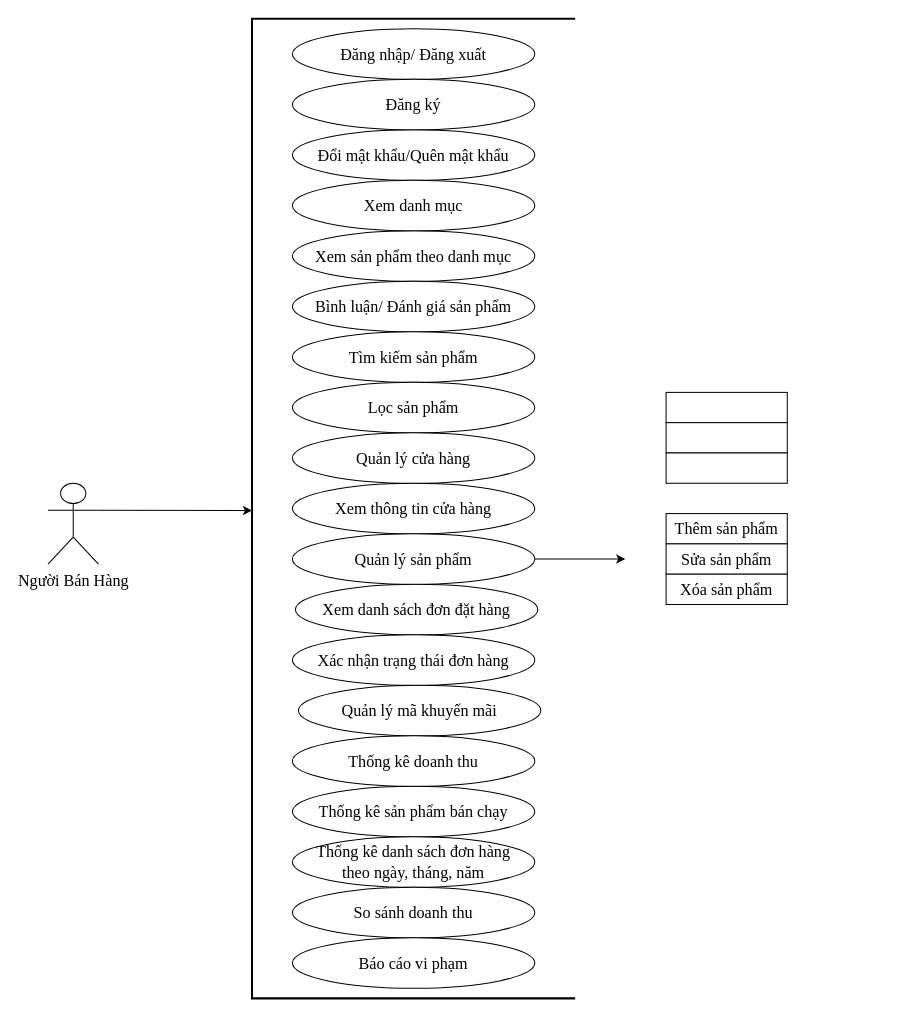
nguyenthanhdat22012001/project-ecommerce keeps this draw.io diagram as usecase2.drawio. Above is the earlier version. Source tidied: cells renumbered, new cells numbered last; positions are measured from the earlier drawing's top-left corner, leaving out a move shared by most shapes. Both pictures are drawn from the tidied source at 101%, with x=0, y=0 at pixel (47, 18).
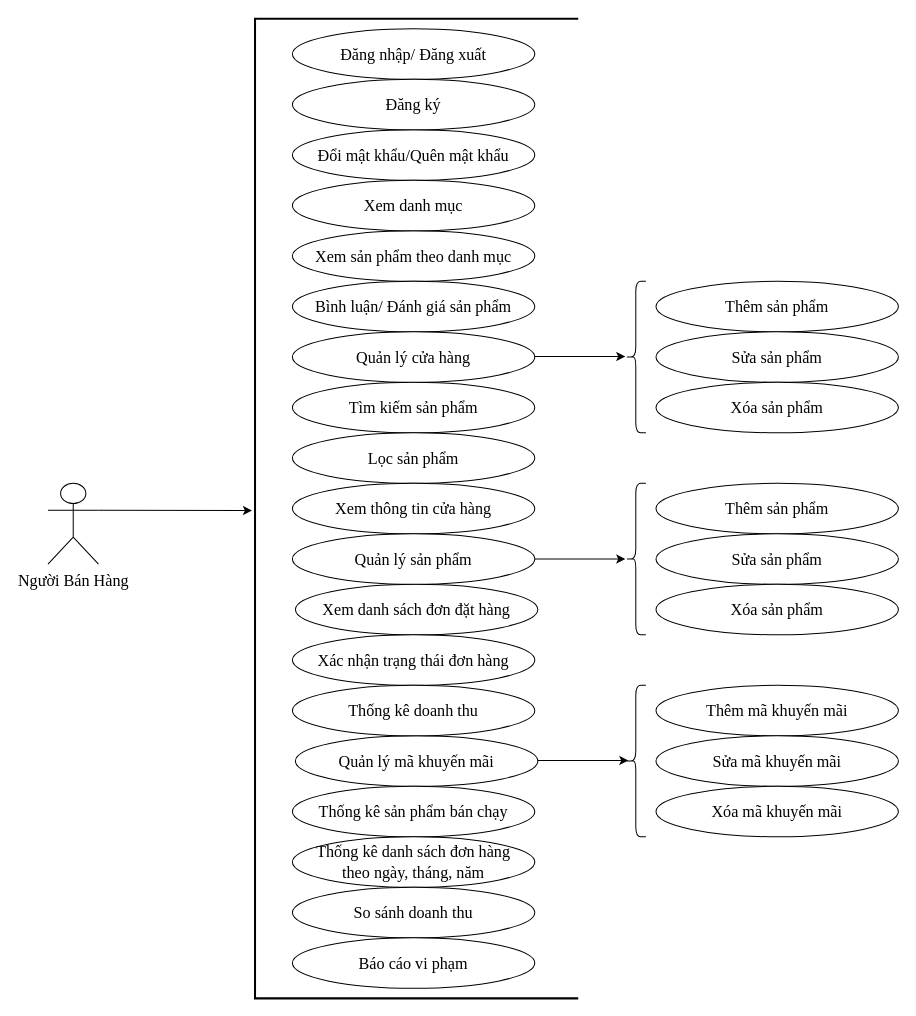
The same page after the edit.

The change refers to these unchanged cells:
```xml
<mxCell id="24" value="Quản lý sản phẩm" style="ellipse;whiteSpace=wrap;html=1;fontFamily=Times New Roman;fontSize=16;" parent="1" vertex="1">
  <mxGeometry x="242" y="510" width="240" height="50" as="geometry" />
</mxCell>
```

The edit, as a diff of the source:
```diff
@@
     <mxCell id="4" style="strokeWidth=2;html=1;shape=mxgraph.flowchart.annotation_1;align=left;fontFamily=Times New Roman;fontSize=16;" parent="1" vertex="1">
-      <mxGeometry x="202" width="320" height="970" as="geometry" />
+      <mxGeometry x="205" width="320" height="970" as="geometry" />
     </mxCell>
@@
     <mxCell id="10" value="Tìm kiếm sản phẩm" style="ellipse;whiteSpace=wrap;html=1;fontFamily=Times New Roman;fontSize=16;" parent="1" vertex="1">
-      <mxGeometry x="242" y="310" width="240" height="50" as="geometry" />
+      <mxGeometry x="242" y="360" width="240" height="50" as="geometry" />
     </mxCell>
     <mxCell id="11" value="Lọc sản phẩm" style="ellipse;whiteSpace=wrap;html=1;fontFamily=Times New Roman;fontSize=16;" parent="1" vertex="1">
-      <mxGeometry x="242" y="360" width="240" height="50" as="geometry" />
+      <mxGeometry x="242" y="410" width="240" height="50" as="geometry" />
     </mxCell>
@@
     <mxCell id="13" value="Quản lý mã khuyến mãi" style="ellipse;whiteSpace=wrap;html=1;fontFamily=Times New Roman;fontSize=16;" parent="1" vertex="1">
-      <mxGeometry x="248" y="660" width="240" height="50" as="geometry" />
+      <mxGeometry x="245" y="710" width="240" height="50" as="geometry" />
     </mxCell>
@@
     <mxCell id="16" value="Thống kê doanh thu" style="ellipse;whiteSpace=wrap;html=1;fontFamily=Times New Roman;fontSize=16;" parent="1" vertex="1">
-      <mxGeometry x="242" y="710" width="240" height="50" as="geometry" />
+      <mxGeometry x="242" y="660" width="240" height="50" as="geometry" />
     </mxCell>
@@
     <mxCell id="22" value="Quản lý cửa hàng" style="ellipse;whiteSpace=wrap;html=1;fontFamily=Times New Roman;fontSize=16;" parent="1" vertex="1">
-      <mxGeometry x="242" y="410" width="240" height="50" as="geometry" />
+      <mxGeometry x="242" y="310" width="240" height="50" as="geometry" />
     </mxCell>
-    <mxCell id="23" style="edgeStyle=orthogonalEdgeStyle;rounded=0;jettySize=auto;html=1;fontFamily=Times New Roman;fontSize=16;" parent="1" edge="1" source="24">
+    <mxCell id="23" style="edgeStyle=orthogonalEdgeStyle;rounded=0;jettySize=auto;html=1;fontFamily=Times New Roman;fontSize=16;exitX=1;exitY=0.5;exitDx=0;exitDy=0;exitPerimeter=0;" parent="1" edge="1" source="24">
       <mxGeometry relative="1" as="geometry">
         <mxPoint x="571.6" y="535" as="targetPoint" />
       </mxGeometry>
     </mxCell>
@@
-    <mxCell id="25" value="Thêm sản phẩm" style="rounded=0;whiteSpace=wrap;html=1;fontFamily=Times New Roman;fontSize=16;" parent="1" vertex="1">
-      <mxGeometry x="612" y="490" width="120" height="30" as="geometry" />
-    </mxCell>
-    <mxCell id="26" value="Sửa sản phẩm" style="rounded=0;whiteSpace=wrap;html=1;fontFamily=Times New Roman;fontSize=16;" parent="1" vertex="1">
-      <mxGeometry x="612" y="520" width="120" height="30" as="geometry" />
-    </mxCell>
-    <mxCell id="27" value="Xóa sản phẩm" style="rounded=0;whiteSpace=wrap;html=1;fontFamily=Times New Roman;fontSize=16;" parent="1" vertex="1">
-      <mxGeometry x="612" y="550" width="120" height="30" as="geometry" />
-    </mxCell>
-    <mxCell id="28" style="rounded=0;whiteSpace=wrap;html=1;fontFamily=Times New Roman;fontSize=16;" parent="1" vertex="1">
-      <mxGeometry x="612" y="370" width="120" height="30" as="geometry" />
-    </mxCell>
-    <mxCell id="29" style="rounded=0;whiteSpace=wrap;html=1;fontFamily=Times New Roman;fontSize=16;" parent="1" vertex="1">
-      <mxGeometry x="612" y="400" width="120" height="30" as="geometry" />
-    </mxCell>
-    <mxCell id="30" style="rounded=0;whiteSpace=wrap;html=1;fontFamily=Times New Roman;fontSize=16;" parent="1" vertex="1">
-      <mxGeometry x="612" y="430" width="120" height="30" as="geometry" />
-    </mxCell>
+    <mxCell id="31" value="Thêm sản phẩm" style="ellipse;whiteSpace=wrap;html=1;fontFamily=Times New Roman;fontSize=16;" parent="1" vertex="1">
+      <mxGeometry x="602" y="460" width="240" height="50" as="geometry" />
+    </mxCell>
+    <mxCell id="32" value="Sửa sản phẩm" style="ellipse;whiteSpace=wrap;html=1;fontFamily=Times New Roman;fontSize=16;" parent="1" vertex="1">
+      <mxGeometry x="602" y="510" width="240" height="50" as="geometry" />
+    </mxCell>
+    <mxCell id="33" value="Xóa sản phẩm" style="ellipse;whiteSpace=wrap;html=1;fontFamily=Times New Roman;fontSize=16;" parent="1" vertex="1">
+      <mxGeometry x="602" y="560" width="240" height="50" as="geometry" />
+    </mxCell>
+    <mxCell id="34" value="Thêm sản phẩm" style="ellipse;whiteSpace=wrap;html=1;fontFamily=Times New Roman;fontSize=16;" parent="1" vertex="1">
+      <mxGeometry x="602" y="260" width="240" height="50" as="geometry" />
+    </mxCell>
+    <mxCell id="35" value="Sửa sản phẩm" style="ellipse;whiteSpace=wrap;html=1;fontFamily=Times New Roman;fontSize=16;" parent="1" vertex="1">
+      <mxGeometry x="602" y="310" width="240" height="50" as="geometry" />
+    </mxCell>
+    <mxCell id="36" value="Xóa sản phẩm" style="ellipse;whiteSpace=wrap;html=1;fontFamily=Times New Roman;fontSize=16;" parent="1" vertex="1">
+      <mxGeometry x="602" y="360" width="240" height="50" as="geometry" />
+    </mxCell>
+    <mxCell id="37" value="Thêm mã khuyến mãi" style="ellipse;whiteSpace=wrap;html=1;fontFamily=Times New Roman;fontSize=16;" parent="1" vertex="1">
+      <mxGeometry x="602" y="660" width="240" height="50" as="geometry" />
+    </mxCell>
+    <mxCell id="38" value="Sửa mã khuyến mãi" style="ellipse;whiteSpace=wrap;html=1;fontFamily=Times New Roman;fontSize=16;" parent="1" vertex="1">
+      <mxGeometry x="602" y="710" width="240" height="50" as="geometry" />
+    </mxCell>
+    <mxCell id="39" value="Xóa mã khuyến mãi" style="ellipse;whiteSpace=wrap;html=1;fontFamily=Times New Roman;fontSize=16;" parent="1" vertex="1">
+      <mxGeometry x="602" y="760" width="240" height="50" as="geometry" />
+    </mxCell>
+    <mxCell id="40" style="edgeStyle=orthogonalEdgeStyle;rounded=0;orthogonalLoop=1;jettySize=auto;html=1;fontFamily=Times New Roman;fontSize=16;exitX=1;exitY=0.5;exitDx=0;exitDy=0;exitPerimeter=0;" parent="1" edge="1">
+      <mxGeometry relative="1" as="geometry">
+        <mxPoint x="482" y="334.5" as="sourcePoint" />
+        <mxPoint x="571.6" y="334.5" as="targetPoint" />
+      </mxGeometry>
+    </mxCell>
+    <mxCell id="41" style="edgeStyle=orthogonalEdgeStyle;rounded=0;orthogonalLoop=1;jettySize=auto;html=1;fontFamily=Times New Roman;fontSize=16;exitX=1;exitY=0.5;exitDx=0;exitDy=0;exitPerimeter=0;" parent="1" edge="1">
+      <mxGeometry relative="1" as="geometry">
+        <mxPoint x="485" y="734.5" as="sourcePoint" />
+        <mxPoint x="574.6" y="734.5" as="targetPoint" />
+        <Array as="points">
+          <mxPoint x="502" y="735" />
+          <mxPoint x="502" y="735" />
+        </Array>
+      </mxGeometry>
+    </mxCell>
+    <mxCell id="42" style="shape=curlyBracket;whiteSpace=wrap;html=1;rounded=1;" parent="1" vertex="1">
+      <mxGeometry x="572" y="660" width="20" height="150" as="geometry" />
+    </mxCell>
+    <mxCell id="43" style="shape=curlyBracket;whiteSpace=wrap;html=1;rounded=1;" parent="1" vertex="1">
+      <mxGeometry x="572" y="460" width="20" height="150" as="geometry" />
+    </mxCell>
+    <mxCell id="44" style="shape=curlyBracket;whiteSpace=wrap;html=1;rounded=1;" parent="1" vertex="1">
+      <mxGeometry x="572" y="260" width="20" height="150" as="geometry" />
+    </mxCell>
```
